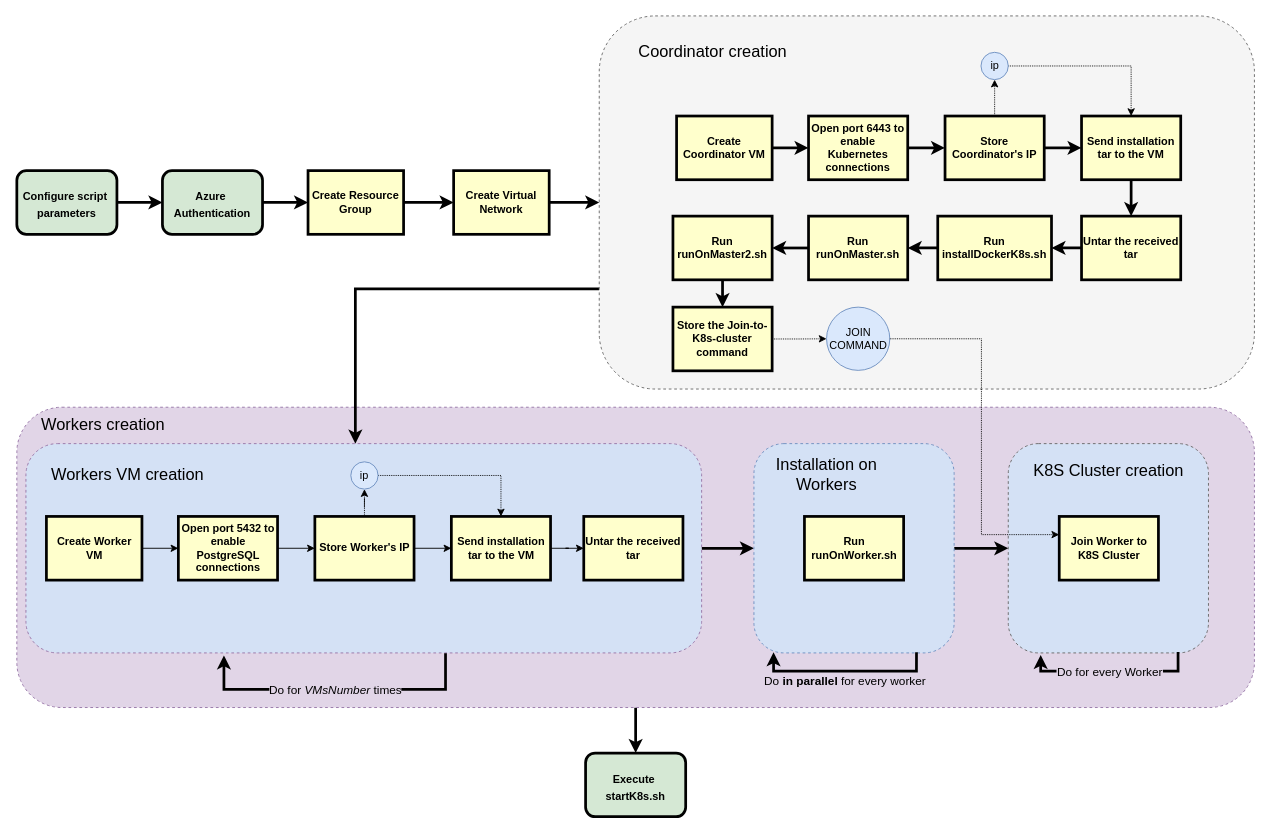
Above: diagrams/automaticClusterGeneration.drawio in JimTsesm/MobilityDB-Azure (draw.io), before the change. Source tidied: cells renumbered, new cells numbered last; positions are measured from the earlier drawing's top-left corner, leaving out a move shared by most shapes. Both pictures are drawn from the tidied source at 91%, with x=0, y=0 at pixel (16, 15).
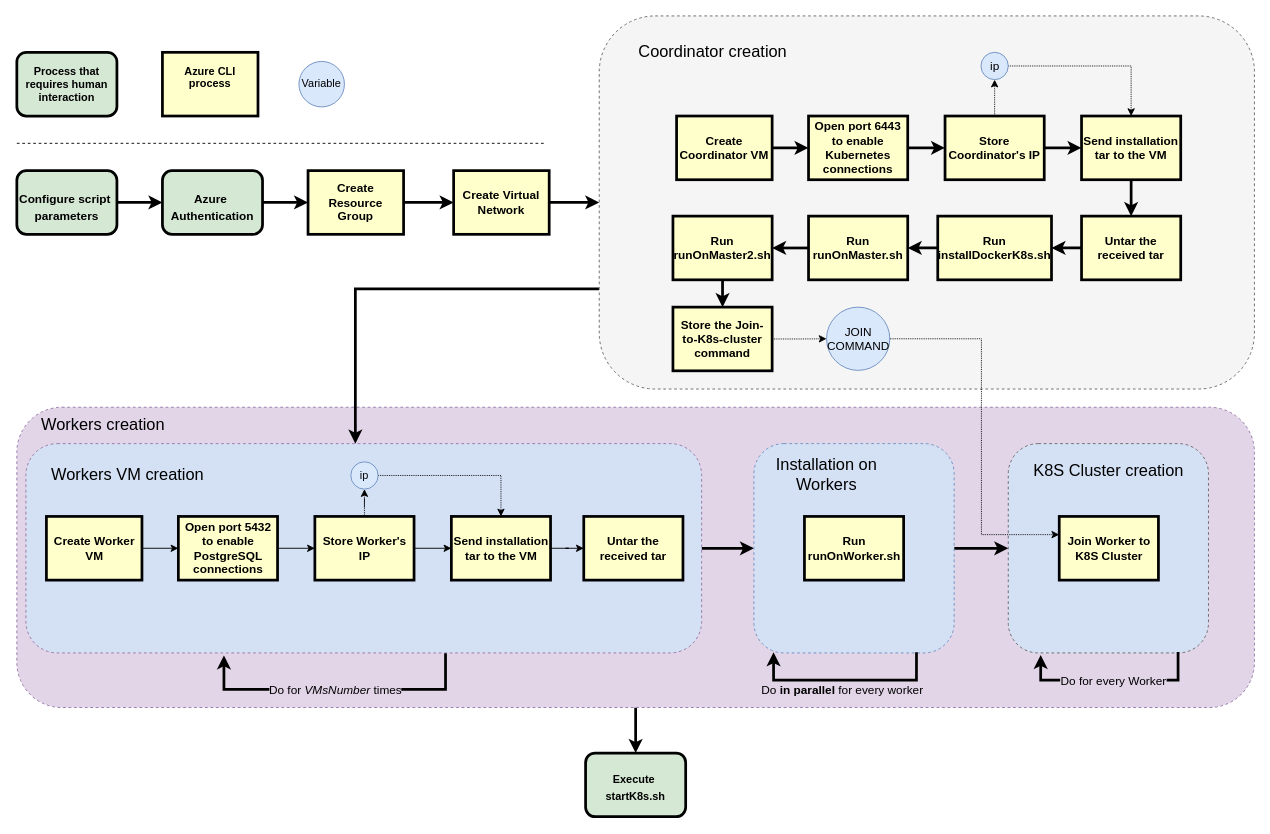
After the change.

Commit message (it also covers changes not shown here):
create process diagram for automatic K8s cluster deployment

The change refers to these unchanged cells:
```xml
<mxCell id="57" style="rounded=1;whiteSpace=wrap;html=1;dashed=1;strokeColor=#6c8ebf;fillColor=#D4E1F5;" parent="1" vertex="1">
  <mxGeometry x="810" y="470" width="220" height="230" as="geometry" />
</mxCell>
<mxCell id="62" style="rounded=1;whiteSpace=wrap;html=1;dashed=1;strokeColor=#666666;fontColor=#333333;fillColor=#D4E1F5;" parent="1" vertex="1">
  <mxGeometry x="1089.5" y="470" width="220" height="230" as="geometry" />
</mxCell>
```

What changed in the source:
```diff
@@
-    <mxCell id="5" value="Create Resource Group" style="whiteSpace=wrap;align=center;verticalAlign=middle;fontStyle=1;strokeWidth=3;fillColor=#FFFFCC;" parent="1" vertex="1">
+    <mxCell id="5" value="Create Resource&#10;Group" style="whiteSpace=wrap;align=center;verticalAlign=middle;fontStyle=1;strokeWidth=3;fillColor=#FFFFCC;fontSize=13;" parent="1" vertex="1">
       <mxGeometry x="320" y="170" width="105" height="70" as="geometry" />
     </mxCell>
@@
-    <mxCell id="7" value="Create Virtual Network" style="whiteSpace=wrap;align=center;verticalAlign=middle;fontStyle=1;strokeWidth=3;fillColor=#FFFFCC;" parent="1" vertex="1">
+    <mxCell id="7" value="Create Virtual Network" style="whiteSpace=wrap;align=center;verticalAlign=middle;fontStyle=1;strokeWidth=3;fillColor=#FFFFCC;fontSize=13;" parent="1" vertex="1">
       <mxGeometry x="480" y="170" width="105" height="70" as="geometry" />
     </mxCell>
@@
-    <mxCell id="9" value="&lt;p style=&quot;margin: 4px 0px 0px ; text-align: center&quot;&gt;&lt;br&gt;&lt;/p&gt;&lt;p style=&quot;margin: 4px 0px 0px ; text-align: center&quot;&gt;Configure script&amp;nbsp;&lt;/p&gt;&lt;p style=&quot;margin: 4px 0px 0px ; text-align: center&quot;&gt;parameters&lt;/p&gt;" style="verticalAlign=middle;align=center;overflow=fill;fontSize=12;fontFamily=Helvetica;html=1;rounded=1;fontStyle=1;strokeWidth=3;fillColor=#D5E8D4;" parent="1" vertex="1">
+    <mxCell id="9" value="&lt;p style=&quot;margin: 4px 0px 0px ; text-align: center ; font-size: 13px&quot;&gt;&lt;font style=&quot;font-size: 13px&quot;&gt;&lt;br&gt;&lt;/font&gt;&lt;/p&gt;&lt;p style=&quot;margin: 4px 0px 0px ; text-align: center ; font-size: 13px&quot;&gt;&lt;font style=&quot;font-size: 13px&quot;&gt;Configure script&amp;nbsp;&lt;/font&gt;&lt;/p&gt;&lt;p style=&quot;margin: 4px 0px 0px ; text-align: center ; font-size: 13px&quot;&gt;&lt;font style=&quot;font-size: 13px&quot;&gt;parameters&lt;/font&gt;&lt;/p&gt;" style="verticalAlign=middle;align=center;overflow=fill;fontSize=12;fontFamily=Helvetica;html=1;rounded=1;fontStyle=1;strokeWidth=3;fillColor=#D5E8D4;" parent="1" vertex="1">
       <mxGeometry y="170" width="110" height="70" as="geometry" />
     </mxCell>
@@
-    <mxCell id="14" value="Create Coordinator VM" style="whiteSpace=wrap;align=center;verticalAlign=middle;fontStyle=1;strokeWidth=3;fillColor=#FFFFCC;" parent="1" vertex="1">
+    <mxCell id="14" value="Create Coordinator VM" style="whiteSpace=wrap;align=center;verticalAlign=middle;fontStyle=1;strokeWidth=3;fillColor=#FFFFCC;fontSize=13;" parent="1" vertex="1">
       <mxGeometry x="725" y="110" width="105" height="70" as="geometry" />
     </mxCell>
@@
-    <mxCell id="16" value="ip" style="ellipse;whiteSpace=wrap;html=1;fillColor=#dae8fc;strokeColor=#6c8ebf;" parent="1" vertex="1">
+    <mxCell id="16" value="&lt;font style=&quot;font-size: 13px&quot;&gt;ip&lt;/font&gt;" style="ellipse;whiteSpace=wrap;html=1;fillColor=#dae8fc;strokeColor=#6c8ebf;" parent="1" vertex="1">
       <mxGeometry x="1059.5" y="40" width="30" height="30" as="geometry" />
     </mxCell>
@@
-    <mxCell id="18" value="Run runOnMaster.sh" style="whiteSpace=wrap;align=center;verticalAlign=middle;fontStyle=1;strokeWidth=3;fillColor=#FFFFCC;" parent="1" vertex="1">
+    <mxCell id="18" value="Run runOnMaster.sh" style="whiteSpace=wrap;align=center;verticalAlign=middle;fontStyle=1;strokeWidth=3;fillColor=#FFFFCC;fontSize=13;" parent="1" vertex="1">
       <mxGeometry x="870" y="220" width="109" height="70" as="geometry" />
     </mxCell>
@@
-    <mxCell id="20" value="Run runOnMaster2.sh" style="whiteSpace=wrap;align=center;verticalAlign=middle;fontStyle=1;strokeWidth=3;fillColor=#FFFFCC;" parent="1" vertex="1">
+    <mxCell id="20" value="Run runOnMaster2.sh" style="whiteSpace=wrap;align=center;verticalAlign=middle;fontStyle=1;strokeWidth=3;fillColor=#FFFFCC;fontSize=13;" parent="1" vertex="1">
       <mxGeometry x="721" y="220" width="109" height="70" as="geometry" />
     </mxCell>
@@
-    <mxCell id="22" value="Run installDockerK8s.sh" style="whiteSpace=wrap;align=center;verticalAlign=middle;fontStyle=1;strokeWidth=3;fillColor=#FFFFCC;" parent="1" vertex="1">
+    <mxCell id="22" value="Run installDockerK8s.sh" style="whiteSpace=wrap;align=center;verticalAlign=middle;fontStyle=1;strokeWidth=3;fillColor=#FFFFCC;fontSize=13;" parent="1" vertex="1">
       <mxGeometry x="1012" y="220" width="125" height="70" as="geometry" />
     </mxCell>
@@
-    <mxCell id="24" value="Untar the received tar" style="whiteSpace=wrap;align=center;verticalAlign=middle;fontStyle=1;strokeWidth=3;fillColor=#FFFFCC;" parent="1" vertex="1">
+    <mxCell id="24" value="Untar the received tar" style="whiteSpace=wrap;align=center;verticalAlign=middle;fontStyle=1;strokeWidth=3;fillColor=#FFFFCC;fontSize=13;" parent="1" vertex="1">
       <mxGeometry x="1170" y="220" width="109" height="70" as="geometry" />
     </mxCell>
@@
-    <mxCell id="26" value="Send installation tar to the VM" style="whiteSpace=wrap;align=center;verticalAlign=middle;fontStyle=1;strokeWidth=3;fillColor=#FFFFCC;" parent="1" vertex="1">
+    <mxCell id="26" value="Send installation tar to the VM" style="whiteSpace=wrap;align=center;verticalAlign=middle;fontStyle=1;strokeWidth=3;fillColor=#FFFFCC;fontSize=13;" parent="1" vertex="1">
       <mxGeometry x="1170" y="110" width="109" height="70" as="geometry" />
     </mxCell>
@@
-    <mxCell id="29" value="Store Coordinator's IP" style="whiteSpace=wrap;align=center;verticalAlign=middle;fontStyle=1;strokeWidth=3;fillColor=#FFFFCC;" parent="1" vertex="1">
+    <mxCell id="29" value="Store Coordinator's IP" style="whiteSpace=wrap;align=center;verticalAlign=middle;fontStyle=1;strokeWidth=3;fillColor=#FFFFCC;fontSize=13;" parent="1" vertex="1">
       <mxGeometry x="1020" y="110" width="109" height="70" as="geometry" />
     </mxCell>
@@
-    <mxCell id="31" value="Open port 6443 to enable Kubernetes connections" style="whiteSpace=wrap;align=center;verticalAlign=middle;fontStyle=1;strokeWidth=3;fillColor=#FFFFCC;" parent="1" vertex="1">
+    <mxCell id="31" value="Open port 6443 to enable Kubernetes connections" style="whiteSpace=wrap;align=center;verticalAlign=middle;fontStyle=1;strokeWidth=3;fillColor=#FFFFCC;fontSize=13;" parent="1" vertex="1">
       <mxGeometry x="870" y="110" width="109" height="70" as="geometry" />
     </mxCell>
@@
-    <mxCell id="33" value="Store the Join-to-K8s-cluster command" style="whiteSpace=wrap;align=center;verticalAlign=middle;fontStyle=1;strokeWidth=3;fillColor=#FFFFCC;" parent="1" vertex="1">
+    <mxCell id="33" value="Store the Join-to-K8s-cluster command" style="whiteSpace=wrap;align=center;verticalAlign=middle;fontStyle=1;strokeWidth=3;fillColor=#FFFFCC;fontSize=13;" parent="1" vertex="1">
       <mxGeometry x="721" y="320" width="109" height="70" as="geometry" />
     </mxCell>
-    <mxCell id="34" value="JOIN&lt;br&gt;COMMAND" style="ellipse;whiteSpace=wrap;html=1;fillColor=#dae8fc;strokeColor=#6c8ebf;" parent="1" vertex="1">
+    <mxCell id="34" value="&lt;font style=&quot;font-size: 13px&quot;&gt;JOIN&lt;br&gt;COMMAND&lt;/font&gt;" style="ellipse;whiteSpace=wrap;html=1;fillColor=#dae8fc;strokeColor=#6c8ebf;" parent="1" vertex="1">
       <mxGeometry x="889.8" y="320" width="69.5" height="69.5" as="geometry" />
     </mxCell>
@@
-    <mxCell id="39" value="Create Worker VM" style="whiteSpace=wrap;align=center;verticalAlign=middle;fontStyle=1;strokeWidth=3;fillColor=#FFFFCC;" parent="1" vertex="1">
+    <mxCell id="39" value="Create Worker VM" style="whiteSpace=wrap;align=center;verticalAlign=middle;fontStyle=1;strokeWidth=3;fillColor=#FFFFCC;fontSize=13;" parent="1" vertex="1">
       <mxGeometry x="32.5" y="550" width="105" height="70" as="geometry" />
     </mxCell>
@@
-    <mxCell id="45" value="Untar the received tar" style="whiteSpace=wrap;align=center;verticalAlign=middle;fontStyle=1;strokeWidth=3;fillColor=#FFFFCC;" parent="1" vertex="1">
+    <mxCell id="45" value="Untar the received tar" style="whiteSpace=wrap;align=center;verticalAlign=middle;fontStyle=1;strokeWidth=3;fillColor=#FFFFCC;fontSize=13;" parent="1" vertex="1">
       <mxGeometry x="623" y="550" width="109" height="70" as="geometry" />
     </mxCell>
@@
-    <mxCell id="47" value="Send installation tar to the VM" style="whiteSpace=wrap;align=center;verticalAlign=middle;fontStyle=1;strokeWidth=3;fillColor=#FFFFCC;" parent="1" vertex="1">
+    <mxCell id="47" value="Send installation tar to the VM" style="whiteSpace=wrap;align=center;verticalAlign=middle;fontStyle=1;strokeWidth=3;fillColor=#FFFFCC;fontSize=13;" parent="1" vertex="1">
       <mxGeometry x="477.5" y="550" width="109" height="70" as="geometry" />
     </mxCell>
@@
-    <mxCell id="50" value="Store Worker's IP" style="whiteSpace=wrap;align=center;verticalAlign=middle;fontStyle=1;strokeWidth=3;fillColor=#FFFFCC;" parent="1" vertex="1">
+    <mxCell id="50" value="Store Worker's IP" style="whiteSpace=wrap;align=center;verticalAlign=middle;fontStyle=1;strokeWidth=3;fillColor=#FFFFCC;fontSize=13;" parent="1" vertex="1">
       <mxGeometry x="327.5" y="550" width="109" height="70" as="geometry" />
     </mxCell>
@@
-    <mxCell id="52" value="Open port 5432 to enable PostgreSQL&#10;connections" style="whiteSpace=wrap;align=center;verticalAlign=middle;fontStyle=1;strokeWidth=3;fillColor=#FFFFCC;" parent="1" vertex="1">
+    <mxCell id="52" value="Open port 5432 to enable PostgreSQL&#10;connections" style="whiteSpace=wrap;align=center;verticalAlign=middle;fontStyle=1;strokeWidth=3;fillColor=#FFFFCC;fontSize=13;" parent="1" vertex="1">
       <mxGeometry x="177.5" y="550" width="109" height="70" as="geometry" />
     </mxCell>
@@
-    <mxCell id="59" value="Run runOnWorker.sh" style="whiteSpace=wrap;align=center;verticalAlign=middle;fontStyle=1;strokeWidth=3;fillColor=#FFFFCC;" parent="1" vertex="1">
+    <mxCell id="59" value="Run runOnWorker.sh" style="whiteSpace=wrap;align=center;verticalAlign=middle;fontStyle=1;strokeWidth=3;fillColor=#FFFFCC;fontSize=13;" parent="1" vertex="1">
       <mxGeometry x="865.5" y="550" width="109" height="70" as="geometry" />
     </mxCell>
     <mxCell id="60" style="edgeStyle=orthogonalEdgeStyle;rounded=0;orthogonalLoop=1;jettySize=auto;html=1;entryX=0.098;entryY=0.997;entryDx=0;entryDy=0;exitX=0.812;exitY=0.997;exitDx=0;exitDy=0;entryPerimeter=0;exitPerimeter=0;strokeWidth=3;" parent="1" edge="1" source="57" target="57">
-      <mxGeometry relative="1" as="geometry" />
+      <mxGeometry relative="1" as="geometry">
+        <Array as="points">
+          <mxPoint x="989" y="730" />
+          <mxPoint x="832" y="730" />
+        </Array>
+      </mxGeometry>
     </mxCell>
@@
-    <mxCell id="64" value="Join Worker to K8S Cluster" style="whiteSpace=wrap;align=center;verticalAlign=middle;fontStyle=1;strokeWidth=3;fillColor=#FFFFCC;" parent="1" vertex="1">
+    <mxCell id="64" value="Join Worker to K8S Cluster" style="whiteSpace=wrap;align=center;verticalAlign=middle;fontStyle=1;strokeWidth=3;fillColor=#FFFFCC;fontSize=13;" parent="1" vertex="1">
       <mxGeometry x="1145.5" y="550" width="109" height="70" as="geometry" />
     </mxCell>
@@
     <mxCell id="66" style="edgeStyle=orthogonalEdgeStyle;rounded=0;orthogonalLoop=1;jettySize=auto;html=1;entryX=0.162;entryY=1.01;entryDx=0;entryDy=0;entryPerimeter=0;exitX=0.848;exitY=0.995;exitDx=0;exitDy=0;exitPerimeter=0;strokeWidth=3;" parent="1" edge="1" source="62" target="62">
       <mxGeometry relative="1" as="geometry">
         <Array as="points">
-          <mxPoint x="1276" y="720" />
-          <mxPoint x="1125" y="720" />
+          <mxPoint x="1276" y="730" />
+          <mxPoint x="1125" y="730" />
         </Array>
       </mxGeometry>
     </mxCell>
@@
-    <mxCell id="70" value="&lt;p style=&quot;margin: 4px 0px 0px ; text-align: center&quot;&gt;&lt;br&gt;&lt;/p&gt;&lt;p style=&quot;margin: 4px 0px 0px ; text-align: center&quot;&gt;Azure&amp;nbsp;&lt;/p&gt;&lt;p style=&quot;margin: 4px 0px 0px ; text-align: center&quot;&gt;Authentication&lt;/p&gt;" style="verticalAlign=middle;align=center;overflow=fill;fontSize=12;fontFamily=Helvetica;html=1;rounded=1;fontStyle=1;strokeWidth=3;fillColor=#D5E8D4;" parent="1" vertex="1">
+    <mxCell id="70" value="&lt;p style=&quot;margin: 4px 0px 0px ; text-align: center ; font-size: 13px&quot;&gt;&lt;font style=&quot;font-size: 13px&quot;&gt;&lt;br&gt;&lt;/font&gt;&lt;/p&gt;&lt;p style=&quot;margin: 4px 0px 0px ; text-align: center ; font-size: 13px&quot;&gt;&lt;font style=&quot;font-size: 13px&quot;&gt;Azure&amp;nbsp;&lt;/font&gt;&lt;/p&gt;&lt;p style=&quot;margin: 4px 0px 0px ; text-align: center ; font-size: 13px&quot;&gt;&lt;font style=&quot;font-size: 13px&quot;&gt;Authentication&lt;/font&gt;&lt;/p&gt;" style="verticalAlign=middle;align=center;overflow=fill;fontSize=12;fontFamily=Helvetica;html=1;rounded=1;fontStyle=1;strokeWidth=3;fillColor=#D5E8D4;" parent="1" vertex="1">
       <mxGeometry x="160" y="170" width="110" height="70" as="geometry" />
     </mxCell>
@@
+    <mxCell id="72" value="&lt;div&gt;&lt;br&gt;&lt;/div&gt;&lt;div&gt;Process that &lt;br&gt;&lt;/div&gt;&lt;div&gt;requires human &lt;br&gt;&lt;/div&gt;&lt;div&gt;interaction&lt;/div&gt;" style="verticalAlign=middle;align=center;overflow=fill;fontSize=12;fontFamily=Helvetica;html=1;rounded=1;fontStyle=1;strokeWidth=3;fillColor=#D5E8D4;" parent="1" vertex="1">
+      <mxGeometry y="40" width="110" height="70" as="geometry" />
+    </mxCell>
+    <mxCell id="73" value="Azure CLI&#10;process&#10;" style="whiteSpace=wrap;align=center;verticalAlign=middle;fontStyle=1;strokeWidth=3;fillColor=#FFFFCC;" parent="1" vertex="1">
+      <mxGeometry x="160" y="40" width="105" height="70" as="geometry" />
+    </mxCell>
+    <mxCell id="74" style="endArrow=none;dashed=1;html=1;" parent="1" edge="1">
+      <mxGeometry relative="1" as="geometry">
+        <mxPoint y="140" as="sourcePoint" />
+        <mxPoint x="580" y="140" as="targetPoint" />
+      </mxGeometry>
+    </mxCell>
+    <mxCell id="75" value="Variable" style="ellipse;whiteSpace=wrap;html=1;fillColor=#dae8fc;strokeColor=#6c8ebf;" parent="1" vertex="1">
+      <mxGeometry x="310" y="50" width="50" height="50" as="geometry" />
+    </mxCell>
```
